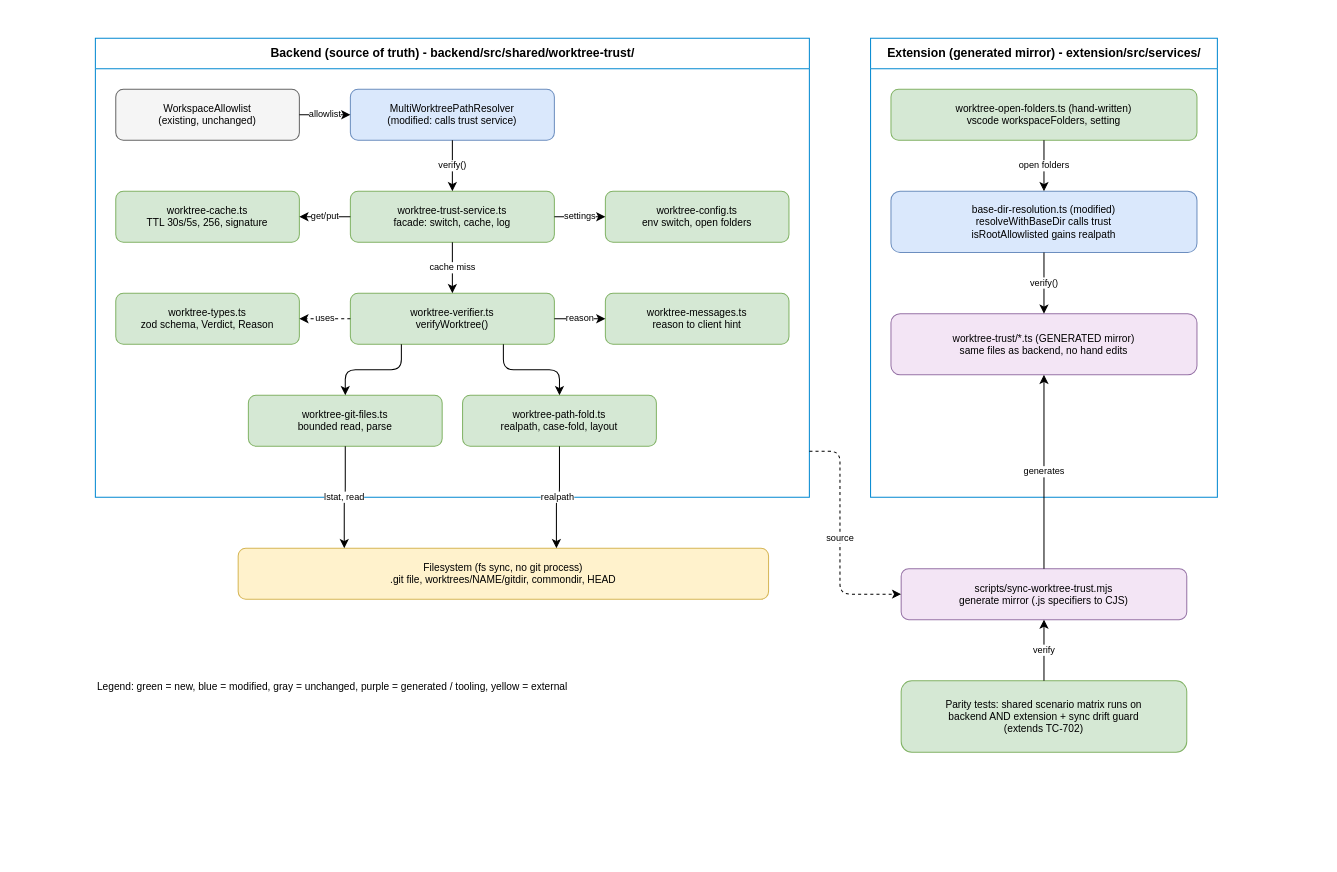
Above: documents/SA4E-393/diagrams/component-worktree-trust.drawio in dnguyenminh/SDLC-Agents-4-Enteprise (draw.io), before the change. Source tidied: cells renumbered, new cells numbered last; positions are measured from the earlier drawing's top-left corner, leaving out a move shared by most shapes. Both pictures are drawn from the tidied source at 102%, with x=0, y=0 at pixel (95, 38).
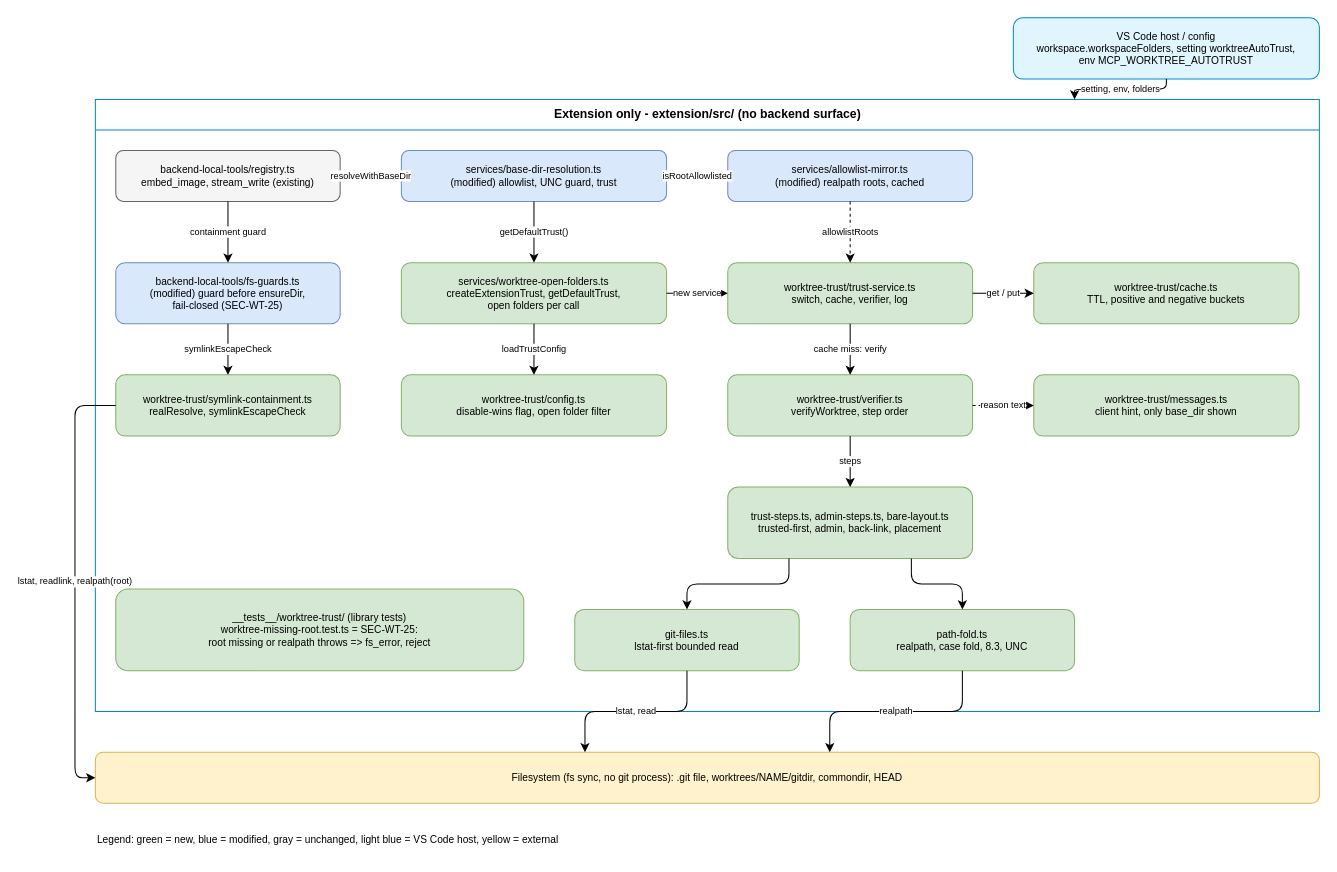
After the change.

Commit message (it also covers changes not shown here):
SA4E-393: A5 close-out - e2e PASS evidence (TDD v1.8 AB9), SEC-WT-25 closed, diagrams A5-1/A5-2 redrawn extension-only

The edit, as a diff of the source:
```diff
@@
-    <mxCell id="2" value="Backend (source of truth) - backend/src/shared/worktree-trust/" style="swimlane;startSize=30;fillColor=none;strokeColor=#0288d1;html=1;fontStyle=1;" parent="1" vertex="1">
-      <mxGeometry width="700" height="450" as="geometry" />
-    </mxCell>
-    <mxCell id="3" value="WorkspaceAllowlist&lt;br&gt;(existing, unchanged)" style="rounded=1;whiteSpace=wrap;html=1;fillColor=#f5f5f5;strokeColor=#666666;fontSize=10;" parent="2" vertex="1">
-      <mxGeometry x="20" y="50" width="180" height="50" as="geometry" />
-    </mxCell>
-    <mxCell id="4" value="MultiWorktreePathResolver&lt;br&gt;(modified: calls trust service)" style="rounded=1;whiteSpace=wrap;html=1;fillColor=#dae8fc;strokeColor=#6c8ebf;fontSize=10;" parent="2" vertex="1">
-      <mxGeometry x="250" y="50" width="200" height="50" as="geometry" />
-    </mxCell>
-    <mxCell id="5" value="worktree-cache.ts&lt;br&gt;TTL 30s/5s, 256, signature" style="rounded=1;whiteSpace=wrap;html=1;fillColor=#d5e8d4;strokeColor=#82b366;fontSize=10;" parent="2" vertex="1">
-      <mxGeometry x="20" y="150" width="180" height="50" as="geometry" />
-    </mxCell>
-    <mxCell id="6" value="worktree-trust-service.ts&lt;br&gt;facade: switch, cache, log" style="rounded=1;whiteSpace=wrap;html=1;fillColor=#d5e8d4;strokeColor=#82b366;fontSize=10;" parent="2" vertex="1">
-      <mxGeometry x="250" y="150" width="200" height="50" as="geometry" />
-    </mxCell>
-    <mxCell id="7" value="worktree-config.ts&lt;br&gt;env switch, open folders" style="rounded=1;whiteSpace=wrap;html=1;fillColor=#d5e8d4;strokeColor=#82b366;fontSize=10;" parent="2" vertex="1">
-      <mxGeometry x="500" y="150" width="180" height="50" as="geometry" />
-    </mxCell>
-    <mxCell id="8" value="worktree-types.ts&lt;br&gt;zod schema, Verdict, Reason" style="rounded=1;whiteSpace=wrap;html=1;fillColor=#d5e8d4;strokeColor=#82b366;fontSize=10;" parent="2" vertex="1">
-      <mxGeometry x="20" y="250" width="180" height="50" as="geometry" />
-    </mxCell>
-    <mxCell id="9" value="worktree-verifier.ts&lt;br&gt;verifyWorktree()" style="rounded=1;whiteSpace=wrap;html=1;fillColor=#d5e8d4;strokeColor=#82b366;fontSize=10;" parent="2" vertex="1">
-      <mxGeometry x="250" y="250" width="200" height="50" as="geometry" />
-    </mxCell>
-    <mxCell id="10" value="worktree-messages.ts&lt;br&gt;reason to client hint" style="rounded=1;whiteSpace=wrap;html=1;fillColor=#d5e8d4;strokeColor=#82b366;fontSize=10;" parent="2" vertex="1">
-      <mxGeometry x="500" y="250" width="180" height="50" as="geometry" />
-    </mxCell>
-    <mxCell id="11" value="worktree-git-files.ts&lt;br&gt;bounded read, parse" style="rounded=1;whiteSpace=wrap;html=1;fillColor=#d5e8d4;strokeColor=#82b366;fontSize=10;" parent="2" vertex="1">
-      <mxGeometry x="150" y="350" width="190" height="50" as="geometry" />
-    </mxCell>
-    <mxCell id="12" value="worktree-path-fold.ts&lt;br&gt;realpath, case-fold, layout" style="rounded=1;whiteSpace=wrap;html=1;fillColor=#d5e8d4;strokeColor=#82b366;fontSize=10;" parent="2" vertex="1">
-      <mxGeometry x="360" y="350" width="190" height="50" as="geometry" />
-    </mxCell>
+    <mxCell id="37" value="VS Code host / config&lt;br&gt;workspace.workspaceFolders, setting worktreeAutoTrust,&lt;br&gt;env MCP_WORKTREE_AUTOTRUST" style="rounded=1;whiteSpace=wrap;html=1;fillColor=#e1f5fe;strokeColor=#0288d1;fontSize=10;" parent="1" vertex="1">
+      <mxGeometry x="900" y="-20" width="300" height="60" as="geometry" />
+    </mxCell>
+    <mxCell id="38" value="Extension only - extension/src/ (no backend surface)" style="swimlane;startSize=30;fillColor=none;strokeColor=#0288d1;html=1;fontStyle=1;" parent="1" vertex="1">
+      <mxGeometry y="60" width="1200" height="600" as="geometry" />
+    </mxCell>
+    <mxCell id="39" value="backend-local-tools/registry.ts&lt;br&gt;embed_image, stream_write (existing)" style="rounded=1;whiteSpace=wrap;html=1;fillColor=#f5f5f5;strokeColor=#666666;fontSize=10;" parent="38" vertex="1">
+      <mxGeometry x="20" y="50" width="220" height="50" as="geometry" />
+    </mxCell>
+    <mxCell id="40" value="services/base-dir-resolution.ts&lt;br&gt;(modified) allowlist, UNC guard, trust" style="rounded=1;whiteSpace=wrap;html=1;fillColor=#dae8fc;strokeColor=#6c8ebf;fontSize=10;" parent="38" vertex="1">
+      <mxGeometry x="300" y="50" width="260" height="50" as="geometry" />
+    </mxCell>
+    <mxCell id="41" value="services/allowlist-mirror.ts&lt;br&gt;(modified) realpath roots, cached" style="rounded=1;whiteSpace=wrap;html=1;fillColor=#dae8fc;strokeColor=#6c8ebf;fontSize=10;" parent="38" vertex="1">
+      <mxGeometry x="620" y="50" width="240" height="50" as="geometry" />
+    </mxCell>
+    <mxCell id="42" value="backend-local-tools/fs-guards.ts&lt;br&gt;(modified) guard before ensureDir,&lt;br&gt;fail-closed (SEC-WT-25)" style="rounded=1;whiteSpace=wrap;html=1;fillColor=#dae8fc;strokeColor=#6c8ebf;fontSize=10;" parent="38" vertex="1">
+      <mxGeometry x="20" y="160" width="220" height="60" as="geometry" />
+    </mxCell>
+    <mxCell id="43" value="services/worktree-open-folders.ts&lt;br&gt;createExtensionTrust, getDefaultTrust,&lt;br&gt;open folders per call" style="rounded=1;whiteSpace=wrap;html=1;fillColor=#d5e8d4;strokeColor=#82b366;fontSize=10;" parent="38" vertex="1">
+      <mxGeometry x="300" y="160" width="260" height="60" as="geometry" />
+    </mxCell>
+    <mxCell id="44" value="worktree-trust/trust-service.ts&lt;br&gt;switch, cache, verifier, log" style="rounded=1;whiteSpace=wrap;html=1;fillColor=#d5e8d4;strokeColor=#82b366;fontSize=10;" parent="38" vertex="1">
+      <mxGeometry x="620" y="160" width="240" height="60" as="geometry" />
+    </mxCell>
+    <mxCell id="45" value="worktree-trust/cache.ts&lt;br&gt;TTL, positive and negative buckets" style="rounded=1;whiteSpace=wrap;html=1;fillColor=#d5e8d4;strokeColor=#82b366;fontSize=10;" parent="38" vertex="1">
+      <mxGeometry x="920" y="160" width="260" height="60" as="geometry" />
+    </mxCell>
+    <mxCell id="46" value="worktree-trust/symlink-containment.ts&lt;br&gt;realResolve, symlinkEscapeCheck" style="rounded=1;whiteSpace=wrap;html=1;fillColor=#d5e8d4;strokeColor=#82b366;fontSize=10;" parent="38" vertex="1">
+      <mxGeometry x="20" y="270" width="220" height="60" as="geometry" />
+    </mxCell>
+    <mxCell id="47" value="worktree-trust/config.ts&lt;br&gt;disable-wins flag, open folder filter" style="rounded=1;whiteSpace=wrap;html=1;fillColor=#d5e8d4;strokeColor=#82b366;fontSize=10;" parent="38" vertex="1">
+      <mxGeometry x="300" y="270" width="260" height="60" as="geometry" />
+    </mxCell>
+    <mxCell id="48" value="worktree-trust/verifier.ts&lt;br&gt;verifyWorktree, step order" style="rounded=1;whiteSpace=wrap;html=1;fillColor=#d5e8d4;strokeColor=#82b366;fontSize=10;" parent="38" vertex="1">
+      <mxGeometry x="620" y="270" width="240" height="60" as="geometry" />
+    </mxCell>
+    <mxCell id="49" value="worktree-trust/messages.ts&lt;br&gt;client hint, only base_dir shown" style="rounded=1;whiteSpace=wrap;html=1;fillColor=#d5e8d4;strokeColor=#82b366;fontSize=10;" parent="38" vertex="1">
+      <mxGeometry x="920" y="270" width="260" height="60" as="geometry" />
+    </mxCell>
+    <mxCell id="50" value="trust-steps.ts, admin-steps.ts, bare-layout.ts&lt;br&gt;trusted-first, admin, back-link, placement" style="rounded=1;whiteSpace=wrap;html=1;fillColor=#d5e8d4;strokeColor=#82b366;fontSize=10;" parent="38" vertex="1">
+      <mxGeometry x="620" y="380" width="240" height="70" as="geometry" />
+    </mxCell>
+    <mxCell id="51" value="git-files.ts&lt;br&gt;lstat-first bounded read" style="rounded=1;whiteSpace=wrap;html=1;fillColor=#d5e8d4;strokeColor=#82b366;fontSize=10;" parent="38" vertex="1">
+      <mxGeometry x="470" y="500" width="220" height="60" as="geometry" />
+    </mxCell>
+    <mxCell id="52" value="path-fold.ts&lt;br&gt;realpath, case fold, 8.3, UNC" style="rounded=1;whiteSpace=wrap;html=1;fillColor=#d5e8d4;strokeColor=#82b366;fontSize=10;" parent="38" vertex="1">
+      <mxGeometry x="740" y="500" width="220" height="60" as="geometry" />
+    </mxCell>
+    <mxCell id="32" value="__tests__/worktree-trust/ (library tests)&lt;br&gt;worktree-missing-root.test.ts = SEC-WT-25:&lt;br&gt;root missing or realpath throws =&gt; fs_error, reject" style="rounded=1;whiteSpace=wrap;html=1;fillColor=#d5e8d4;strokeColor=#82b366;fontSize=10;" parent="38" vertex="1">
+      <mxGeometry x="20" y="480" width="400" height="80" as="geometry" />
+    </mxCell>
+    <mxCell id="28" value="Filesystem (fs sync, no git process): .git file, worktrees/NAME/gitdir, commondir, HEAD" style="rounded=1;whiteSpace=wrap;html=1;fillColor=#fff2cc;strokeColor=#d6b656;fontSize=10;" parent="1" vertex="1">
+      <mxGeometry y="700" width="1200" height="50" as="geometry" />
+    </mxCell>
-    <mxCell id="13" value="allowlist" style="edgeStyle=orthogonalEdgeStyle;html=1;endArrow=classic;fontSize=9;" parent="2" edge="1" source="3" target="4">
+    <mxCell id="13" value="resolveWithBaseDir" style="edgeStyle=orthogonalEdgeStyle;html=1;endArrow=classic;fontSize=9;" parent="38" edge="1" source="39" target="40">
       <mxGeometry relative="1" as="geometry" />
     </mxCell>
-    <mxCell id="14" value="verify()" style="edgeStyle=orthogonalEdgeStyle;html=1;endArrow=classic;fontSize=9;" parent="2" edge="1" source="4" target="6">
+    <mxCell id="14" value="isRootAllowlisted" style="edgeStyle=orthogonalEdgeStyle;html=1;endArrow=classic;fontSize=9;" parent="38" edge="1" source="40" target="41">
       <mxGeometry relative="1" as="geometry" />
     </mxCell>
-    <mxCell id="15" value="get/put" style="edgeStyle=orthogonalEdgeStyle;html=1;endArrow=classic;fontSize=9;" parent="2" edge="1" source="6" target="5">
+    <mxCell id="15" value="containment guard" style="edgeStyle=orthogonalEdgeStyle;html=1;endArrow=classic;fontSize=9;" parent="38" edge="1" source="39" target="42">
       <mxGeometry relative="1" as="geometry" />
     </mxCell>
-    <mxCell id="16" value="settings" style="edgeStyle=orthogonalEdgeStyle;html=1;endArrow=classic;fontSize=9;" parent="2" edge="1" source="6" target="7">
+    <mxCell id="16" value="getDefaultTrust()" style="edgeStyle=orthogonalEdgeStyle;html=1;endArrow=classic;fontSize=9;" parent="38" edge="1" source="40" target="43">
       <mxGeometry relative="1" as="geometry" />
     </mxCell>
-    <mxCell id="17" value="cache miss" style="edgeStyle=orthogonalEdgeStyle;html=1;endArrow=classic;fontSize=9;" parent="2" edge="1" source="6" target="9">
+    <mxCell id="17" value="new service" style="edgeStyle=orthogonalEdgeStyle;html=1;endArrow=classic;fontSize=9;" parent="38" edge="1" source="43" target="44">
       <mxGeometry relative="1" as="geometry" />
     </mxCell>
-    <mxCell id="18" value="uses" style="edgeStyle=orthogonalEdgeStyle;html=1;endArrow=classic;dashed=1;fontSize=9;" parent="2" edge="1" source="9" target="8">
+    <mxCell id="18" value="get / put" style="edgeStyle=orthogonalEdgeStyle;html=1;endArrow=classic;fontSize=9;" parent="38" edge="1" source="44" target="45">
       <mxGeometry relative="1" as="geometry" />
     </mxCell>
-    <mxCell id="19" value="reason" style="edgeStyle=orthogonalEdgeStyle;html=1;endArrow=classic;fontSize=9;" parent="2" edge="1" source="9" target="10">
+    <mxCell id="19" value="allowlistRoots" style="edgeStyle=orthogonalEdgeStyle;html=1;endArrow=classic;dashed=1;fontSize=9;" parent="38" edge="1" source="41" target="44">
       <mxGeometry relative="1" as="geometry" />
     </mxCell>
-    <mxCell id="20" style="edgeStyle=orthogonalEdgeStyle;html=1;endArrow=classic;exitX=0.25;exitY=1;entryX=0.5;entryY=0;" parent="2" edge="1" source="9" target="11">
+    <mxCell id="20" value="loadTrustConfig" style="edgeStyle=orthogonalEdgeStyle;html=1;endArrow=classic;fontSize=9;" parent="38" edge="1" source="43" target="47">
       <mxGeometry relative="1" as="geometry" />
     </mxCell>
-    <mxCell id="21" style="edgeStyle=orthogonalEdgeStyle;html=1;endArrow=classic;exitX=0.75;exitY=1;entryX=0.5;entryY=0;" parent="2" edge="1" source="9" target="12">
+    <mxCell id="21" value="cache miss: verify" style="edgeStyle=orthogonalEdgeStyle;html=1;endArrow=classic;fontSize=9;" parent="38" edge="1" source="44" target="48">
       <mxGeometry relative="1" as="geometry" />
     </mxCell>
-    <mxCell id="22" value="Extension (generated mirror) - extension/src/services/" style="swimlane;startSize=30;fillColor=none;strokeColor=#0288d1;html=1;fontStyle=1;" parent="1" vertex="1">
-      <mxGeometry x="760" width="340" height="450" as="geometry" />
-    </mxCell>
-    <mxCell id="23" value="worktree-open-folders.ts (hand-written)&lt;br&gt;vscode workspaceFolders, setting" style="rounded=1;whiteSpace=wrap;html=1;fillColor=#d5e8d4;strokeColor=#82b366;fontSize=10;" parent="22" vertex="1">
-      <mxGeometry x="20" y="50" width="300" height="50" as="geometry" />
-    </mxCell>
-    <mxCell id="24" value="base-dir-resolution.ts (modified)&lt;br&gt;resolveWithBaseDir calls trust&lt;br&gt;isRootAllowlisted gains realpath" style="rounded=1;whiteSpace=wrap;html=1;fillColor=#dae8fc;strokeColor=#6c8ebf;fontSize=10;" parent="22" vertex="1">
-      <mxGeometry x="20" y="150" width="300" height="60" as="geometry" />
-    </mxCell>
-    <mxCell id="25" value="worktree-trust/*.ts (GENERATED mirror)&lt;br&gt;same files as backend, no hand edits" style="rounded=1;whiteSpace=wrap;html=1;fillColor=#f3e5f5;strokeColor=#9673a6;fontSize=10;" parent="22" vertex="1">
-      <mxGeometry x="20" y="270" width="300" height="60" as="geometry" />
-    </mxCell>
-    <mxCell id="26" value="open folders" style="edgeStyle=orthogonalEdgeStyle;html=1;endArrow=classic;fontSize=9;" parent="22" edge="1" source="23" target="24">
+    <mxCell id="26" value="reason text" style="edgeStyle=orthogonalEdgeStyle;html=1;endArrow=classic;dashed=1;fontSize=9;" parent="38" edge="1" source="48" target="49">
       <mxGeometry relative="1" as="geometry" />
     </mxCell>
-    <mxCell id="27" value="verify()" style="edgeStyle=orthogonalEdgeStyle;html=1;endArrow=classic;fontSize=9;" parent="22" edge="1" source="24" target="25">
+    <mxCell id="27" value="steps" style="edgeStyle=orthogonalEdgeStyle;html=1;endArrow=classic;fontSize=9;" parent="38" edge="1" source="48" target="50">
       <mxGeometry relative="1" as="geometry" />
     </mxCell>
-    <mxCell id="28" value="Filesystem (fs sync, no git process)&lt;br&gt;.git file, worktrees/NAME/gitdir, commondir, HEAD" style="rounded=1;whiteSpace=wrap;html=1;fillColor=#fff2cc;strokeColor=#d6b656;fontSize=10;" parent="1" vertex="1">
-      <mxGeometry x="140" y="500" width="520" height="50" as="geometry" />
-    </mxCell>
-    <mxCell id="29" value="lstat, read" style="edgeStyle=orthogonalEdgeStyle;html=1;endArrow=classic;fontSize=9;exitX=0.5;exitY=1;entryX=0.2;entryY=0;" parent="1" edge="1" source="11" target="28">
+    <mxCell id="29" style="edgeStyle=orthogonalEdgeStyle;html=1;endArrow=classic;exitX=0.25;exitY=1;entryX=0.5;entryY=0;" parent="38" edge="1" source="50" target="51">
       <mxGeometry relative="1" as="geometry" />
     </mxCell>
-    <mxCell id="30" value="realpath" style="edgeStyle=orthogonalEdgeStyle;html=1;endArrow=classic;fontSize=9;exitX=0.5;exitY=1;entryX=0.6;entryY=0;" parent="1" edge="1" source="12" target="28">
+    <mxCell id="30" style="edgeStyle=orthogonalEdgeStyle;html=1;endArrow=classic;exitX=0.75;exitY=1;entryX=0.5;entryY=0;" parent="38" edge="1" source="50" target="52">
       <mxGeometry relative="1" as="geometry" />
     </mxCell>
-    <mxCell id="31" value="scripts/sync-worktree-trust.mjs&lt;br&gt;generate mirror (.js specifiers to CJS)" style="rounded=1;whiteSpace=wrap;html=1;fillColor=#f3e5f5;strokeColor=#9673a6;fontSize=10;" parent="1" vertex="1">
-      <mxGeometry x="790" y="520" width="280" height="50" as="geometry" />
-    </mxCell>
-    <mxCell id="32" value="Parity tests: shared scenario matrix runs on&lt;br&gt;backend AND extension + sync drift guard&lt;br&gt;(extends TC-702)" style="rounded=1;whiteSpace=wrap;html=1;fillColor=#d5e8d4;strokeColor=#82b366;fontSize=10;" parent="1" vertex="1">
-      <mxGeometry x="790" y="630" width="280" height="70" as="geometry" />
-    </mxCell>
-    <mxCell id="33" value="generates" style="edgeStyle=orthogonalEdgeStyle;html=1;endArrow=classic;fontSize=9;exitX=0.5;exitY=0;entryX=0.5;entryY=1;" parent="1" edge="1" source="31" target="25">
+    <mxCell id="33" value="symlinkEscapeCheck" style="edgeStyle=orthogonalEdgeStyle;html=1;endArrow=classic;fontSize=9;" parent="38" edge="1" source="42" target="46">
       <mxGeometry relative="1" as="geometry" />
     </mxCell>
-    <mxCell id="34" value="source" style="edgeStyle=orthogonalEdgeStyle;html=1;endArrow=classic;dashed=1;fontSize=9;exitX=1;exitY=0.9;entryX=0;entryY=0.5;" parent="1" edge="1" source="2" target="31">
-      <mxGeometry relative="1" as="geometry">
-        <Array as="points">
-          <mxPoint x="730" y="405" />
-          <mxPoint x="730" y="545" />
-        </Array>
-      </mxGeometry>
+    <mxCell id="34" value="setting, env, folders" style="edgeStyle=orthogonalEdgeStyle;html=1;endArrow=classic;fontSize=9;exitX=0.5;exitY=1;entryX=0.8;entryY=0;" parent="1" edge="1" source="37" target="38">
+      <mxGeometry relative="1" as="geometry" />
     </mxCell>
-    <mxCell id="35" value="verify" style="edgeStyle=orthogonalEdgeStyle;html=1;endArrow=classic;fontSize=9;exitX=0.5;exitY=0;entryX=0.5;entryY=1;" parent="1" edge="1" source="32" target="31">
+    <mxCell id="35" value="lstat, read" style="edgeStyle=orthogonalEdgeStyle;html=1;endArrow=classic;fontSize=9;exitX=0.5;exitY=1;entryX=0.4;entryY=0;" parent="1" edge="1" source="51" target="28">
       <mxGeometry relative="1" as="geometry" />
     </mxCell>
+    <mxCell id="53" value="realpath" style="edgeStyle=orthogonalEdgeStyle;html=1;endArrow=classic;fontSize=9;exitX=0.5;exitY=1;entryX=0.6;entryY=0;" parent="1" edge="1" source="52" target="28">
+      <mxGeometry relative="1" as="geometry" />
+    </mxCell>
+    <mxCell id="54" value="lstat, readlink, realpath(root)" style="edgeStyle=orthogonalEdgeStyle;html=1;endArrow=classic;fontSize=9;exitX=0;exitY=0.5;entryX=0;entryY=0.5;" parent="1" edge="1" source="46" target="28">
+      <mxGeometry relative="1" as="geometry">
+        <Array as="points">
+          <mxPoint x="-20" y="360" />
+          <mxPoint x="-20" y="725" />
+        </Array>
+      </mxGeometry>
+    </mxCell>
-    <mxCell id="36" value="Legend: green = new, blue = modified, gray = unchanged, purple = generated / tooling, yellow = external" style="text;html=1;align=left;verticalAlign=middle;fontSize=10;" parent="1" vertex="1">
-      <mxGeometry y="620" width="700" height="30" as="geometry" />
+    <mxCell id="36" value="Legend: green = new, blue = modified, gray = unchanged, light blue = VS Code host, yellow = external" style="text;html=1;align=left;verticalAlign=middle;fontSize=10;" parent="1" vertex="1">
+      <mxGeometry y="770" width="900" height="30" as="geometry" />
     </mxCell>
```
